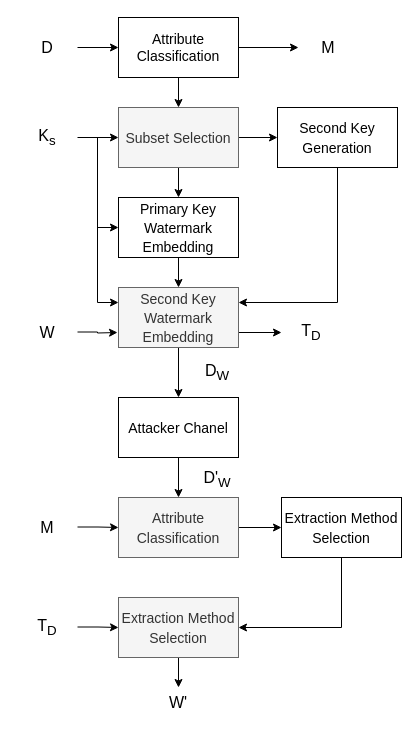
Earlier version of the draw.io diagram 未命名绘图.drawio (doubleheiker/Justwrite). Source tidied: cells renumbered, new cells numbered last; positions are measured from the earlier drawing's top-left corner, leaving out a move shared by most shapes. Both pictures are drawn from the tidied source at 100%, with x=0, y=0 at pixel (17, 17).
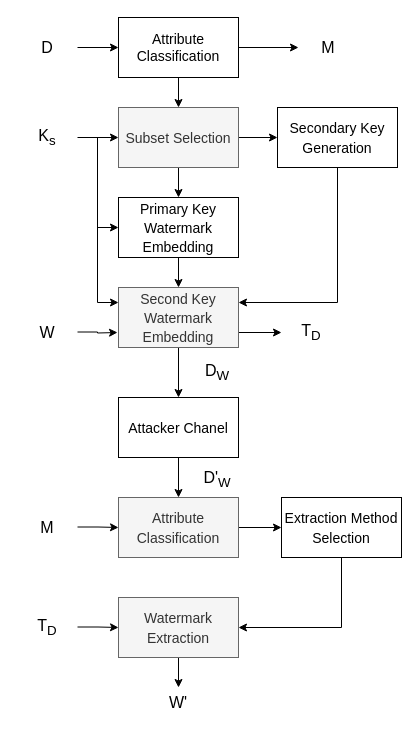
The same diagram, later.

Commit message:
更新未命名绘图.drawio

Change to the diagram source:
```diff
@@
-    <mxCell id="14" value="&lt;span style=&quot;font-size: 14px;&quot;&gt;Second Key Generation&lt;/span&gt;" style="rounded=0;whiteSpace=wrap;html=1;fontSize=16;direction=east;" parent="1" vertex="1">
+    <mxCell id="14" value="&lt;span style=&quot;font-size: 14px;&quot;&gt;Secondary Key Generation&lt;/span&gt;" style="rounded=0;whiteSpace=wrap;html=1;fontSize=16;direction=east;" parent="1" vertex="1">
       <mxGeometry x="260" y="90" width="120" height="60" as="geometry" />
     </mxCell>
@@
-    <mxCell id="36" value="&lt;span style=&quot;font-size: 14px;&quot;&gt;Extraction Method Selection&lt;/span&gt;" style="rounded=0;whiteSpace=wrap;html=1;fontSize=16;fillColor=#f5f5f5;fontColor=#333333;strokeColor=#666666;direction=east;" parent="1" vertex="1">
+    <mxCell id="36" value="&lt;span style=&quot;font-size: 14px;&quot;&gt;Watermark Extraction&lt;/span&gt;" style="rounded=0;whiteSpace=wrap;html=1;fontSize=16;fillColor=#f5f5f5;fontColor=#333333;strokeColor=#666666;direction=east;" parent="1" vertex="1">
       <mxGeometry x="101" y="580" width="120" height="60" as="geometry" />
     </mxCell>
```
